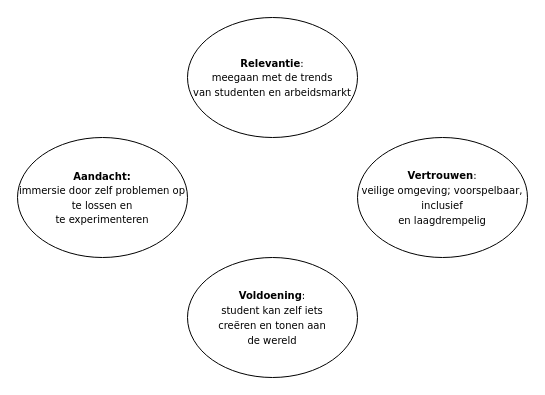
This is ARCS.drawio from wieberinsma/bdb-drawio, a draw.io file, before an edit. Source tidied: cells renumbered, new cells numbered last; positions are measured from the earlier drawing's top-left corner, leaving out a move shared by most shapes. Both pictures are drawn from the tidied source at 100%, with x=0, y=0 at pixel (17, 17).
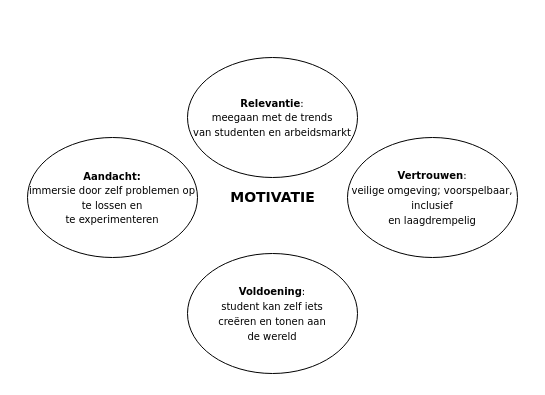
Above is the later version.

The edit, as a diff of the source:
```diff
@@
 <mxGraphModel>
   <root>
     <mxCell id="0" />
     <mxCell id="1" parent="0" />
     <mxCell id="2" value="&lt;div&gt;&lt;font face=&quot;Verdana&quot;&gt;&lt;b&gt;&lt;font style=&quot;font-size: 10px&quot;&gt;Aandacht:&lt;/font&gt;&lt;/b&gt;&lt;/font&gt;&lt;/div&gt;&lt;div&gt;&lt;font style=&quot;font-size: 10px&quot; face=&quot;Verdana&quot;&gt;immersie door zelf problemen op te lossen en &lt;br&gt;&lt;/font&gt;&lt;/div&gt;&lt;div&gt;&lt;font style=&quot;font-size: 10px&quot; face=&quot;Verdana&quot;&gt;te experimenteren&lt;/font&gt;&lt;/div&gt;" style="ellipse;whiteSpace=wrap;html=1;" parent="1" vertex="1">
-      <mxGeometry y="120" width="170" height="120" as="geometry" />
+      <mxGeometry x="10" y="120" width="170" height="120" as="geometry" />
     </mxCell>
     <mxCell id="3" value="&lt;div&gt;&lt;font style=&quot;font-size: 10px&quot; face=&quot;Verdana&quot;&gt;&lt;b&gt;Relevantie&lt;/b&gt;: &lt;br&gt;&lt;/font&gt;&lt;/div&gt;&lt;div&gt;&lt;font style=&quot;font-size: 10px&quot; face=&quot;Verdana&quot;&gt;meegaan met de trends &lt;br&gt;&lt;/font&gt;&lt;/div&gt;&lt;div&gt;&lt;font style=&quot;font-size: 10px&quot; face=&quot;Verdana&quot;&gt;van studenten en arbeidsmarkt&lt;/font&gt;&lt;/div&gt;" style="ellipse;whiteSpace=wrap;html=1;" parent="1" vertex="1">
-      <mxGeometry x="170" width="170" height="120" as="geometry" />
+      <mxGeometry x="170" y="40" width="170" height="120" as="geometry" />
     </mxCell>
     <mxCell id="4" value="&lt;div&gt;&lt;font style=&quot;font-size: 10px&quot; face=&quot;Courier New&quot;&gt;&lt;font face=&quot;Verdana&quot;&gt;&lt;b&gt;Voldoening&lt;/b&gt;:&lt;/font&gt;&lt;/font&gt;&lt;/div&gt;&lt;div&gt;&lt;font style=&quot;font-size: 10px&quot; face=&quot;Courier New&quot;&gt;&lt;font face=&quot;Verdana&quot;&gt;student kan zelf iets &lt;br&gt;&lt;/font&gt;&lt;/font&gt;&lt;/div&gt;&lt;div&gt;&lt;font style=&quot;font-size: 10px&quot; face=&quot;Courier New&quot;&gt;&lt;font face=&quot;Verdana&quot;&gt;creëren en tonen aan &lt;br&gt;&lt;/font&gt;&lt;/font&gt;&lt;/div&gt;&lt;div&gt;&lt;font style=&quot;font-size: 10px&quot; face=&quot;Courier New&quot;&gt;&lt;font face=&quot;Verdana&quot;&gt;de wereld&lt;/font&gt;&lt;/font&gt;&lt;/div&gt;" style="ellipse;whiteSpace=wrap;html=1;" parent="1" vertex="1">
-      <mxGeometry x="170" y="240" width="170" height="120" as="geometry" />
+      <mxGeometry x="170" y="236" width="170" height="120" as="geometry" />
     </mxCell>
     <mxCell id="5" value="&lt;div&gt;&lt;font style=&quot;font-size: 10px&quot; face=&quot;Courier New&quot;&gt;&lt;font face=&quot;Verdana&quot;&gt;&lt;b&gt;Vertrouwen&lt;/b&gt;:&lt;/font&gt;&lt;/font&gt;&lt;/div&gt;&lt;div&gt;&lt;font style=&quot;font-size: 10px&quot; face=&quot;Courier New&quot;&gt;&lt;font face=&quot;Verdana&quot;&gt;veilige omgeving; voorspelbaar, inclusief &lt;br&gt;&lt;/font&gt;&lt;/font&gt;&lt;/div&gt;&lt;div&gt;&lt;font style=&quot;font-size: 10px&quot; face=&quot;Courier New&quot;&gt;&lt;font face=&quot;Verdana&quot;&gt;en laagdrempelig&lt;br&gt;&lt;/font&gt;&lt;/font&gt;&lt;/div&gt;&lt;font face=&quot;Verdana&quot;&gt;&lt;/font&gt;" style="ellipse;whiteSpace=wrap;html=1;" parent="1" vertex="1">
-      <mxGeometry x="340" y="120" width="170" height="120" as="geometry" />
+      <mxGeometry x="330" y="120" width="170" height="120" as="geometry" />
     </mxCell>
+    <mxCell id="6" value="&lt;b&gt;MOTIVATIE&lt;/b&gt;" style="text;html=1;align=center;verticalAlign=middle;strokeColor=none;fillColor=none;fontSize=14;fontFamily=Verdana;" parent="1" vertex="1">
+      <mxGeometry x="200" y="170" width="110" height="20" as="geometry" />
+    </mxCell>
   </root>
 </mxGraphModel>
```
